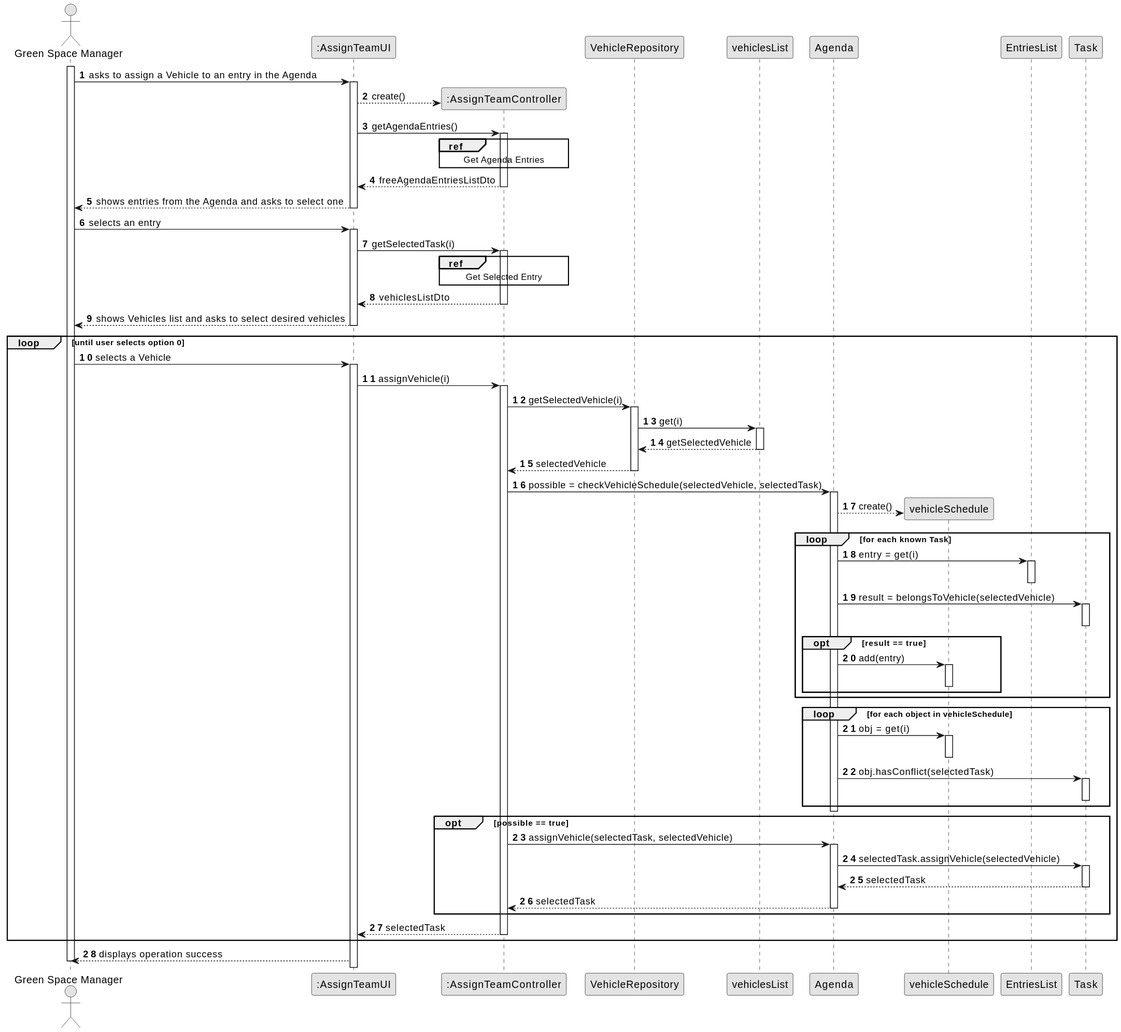
Departamento-de-Engenharia-Informatica/lei-24-s2-1dm-g132 keeps this PlantUML diagram as docs/sprintC/us026/03.design/svg/us026-sequence-diagram-split.svg. Above is the earlier version. The source it was exported from:
```plantuml
@startuml
skinparam monochrome true
skinparam packageStyle rectangle
skinparam shadowing false

autonumber

actor "Green Space Manager" as GSM
participant ":AssignTeamUI" as UI
participant ":AssignTeamController" as CTRL

activate GSM

GSM -> UI : asks to assign a Vehicle to an entry in the Agenda
activate UI

    UI --> CTRL** : create()
    UI -> CTRL : getAgendaEntries()
    activate CTRL
    ref over CTRL
        Get Agenda Entries
    end

    CTRL --> UI : freeAgendaEntriesListDto
    deactivate CTRL
UI --> GSM : shows entries from the Agenda and asks to select one
deactivate UI

GSM -> UI : selects an entry
activate UI

    UI -> CTRL : getSelectedTask(i)
    activate CTRL
    ref over CTRL
        Get Selected Entry
    end

    CTRL --> UI : vehiclesListDto
    deactivate CTRL
UI --> GSM : shows Vehicles list and asks to select desired vehicles
            deactivate UI
  loop until user selects option 0
        GSM -> UI : selects a Vehicle
        activate UI

            UI -> CTRL : assignVehicle(i)
            activate CTRL

                CTRL -> VehicleRepository : getSelectedVehicle(i)
                activate VehicleRepository

                    VehicleRepository -> vehiclesList : get(i)
                    activate vehiclesList

                        vehiclesList --> VehicleRepository : getSelectedVehicle
                    deactivate vehiclesList

                    VehicleRepository --> CTRL : selectedVehicle
                    deactivate VehicleRepository

                    CTRL -> Agenda : possible = checkVehicleSchedule(selectedVehicle, selectedTask)
                    activate Agenda

                        Agenda --> vehicleSchedule** : create()

                        loop for each known Task

                            Agenda -> EntriesList : entry = get(i)
                            activate EntriesList
                            deactivate EntriesList

                            Agenda -> Task : result = belongsToVehicle(selectedVehicle)
                            activate Task
                            deactivate Task

                            opt result == true

                                Agenda -> vehicleSchedule : add(entry)
                                activate vehicleSchedule
                                deactivate vehicleSchedule

                            end opt

                        end loop

                        loop for each object in vehicleSchedule

                            Agenda -> vehicleSchedule : obj = get(i)
                            activate vehicleSchedule
                            deactivate vehicleSchedule

                            Agenda -> Task : obj.hasConflict(selectedTask)
                            activate Task
                            deactivate Task

                        end loop

                    deactivate Agenda

                    opt possible == true

                    CTRL -> Agenda : assignVehicle(selectedTask, selectedVehicle)
                    activate Agenda

                        Agenda -> Task : selectedTask.assignVehicle(selectedVehicle)
                        activate Task

                            Task --> Agenda : selectedTask
                            deactivate Task

                        Agenda --> CTRL : selectedTask
                        deactivate Agenda

                        end opt

                    CTRL --> UI : selectedTask
                    deactivate CTRL
end opt
                UI --> GSM : displays operation success

        deactivate GSM
@enduml
```
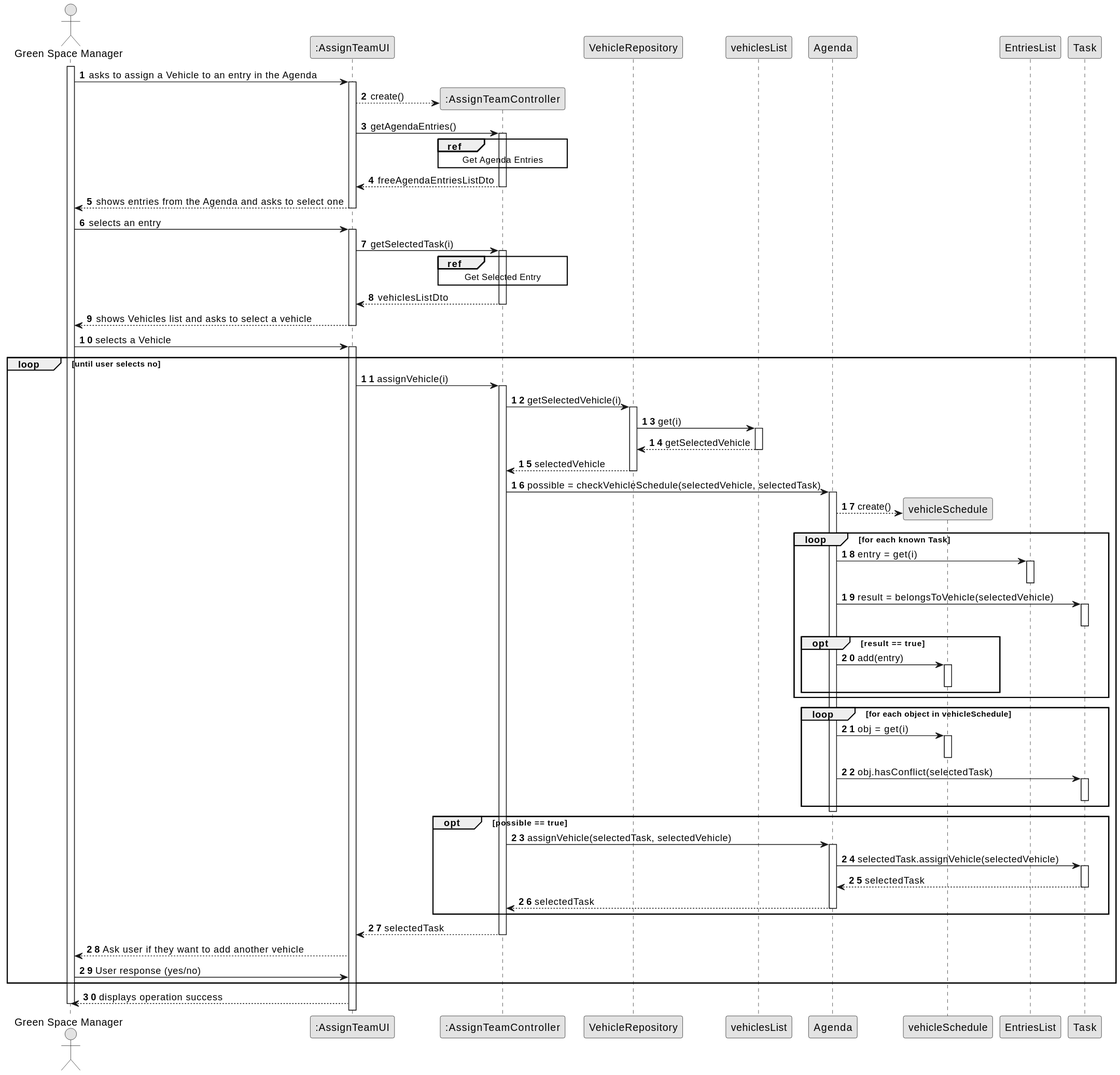
Later version of the same file.

The edit, as a diff of the source:
```diff
@@ -37,86 +37,92 @@
 
     CTRL --> UI : vehiclesListDto
     deactivate CTRL
-UI --> GSM : shows Vehicles list and asks to select desired vehicles
-            deactivate UI
-  loop until user selects option 0
-        GSM -> UI : selects a Vehicle
-        activate UI
+  UI --> GSM : shows Vehicles list and asks to select a vehicle
+           deactivate UI
+           GSM -> UI : selects a Vehicle
+           activate UI
 
-            UI -> CTRL : assignVehicle(i)
-            activate CTRL
+           loop until user selects no
 
-                CTRL -> VehicleRepository : getSelectedVehicle(i)
-                activate VehicleRepository
+               UI -> CTRL : assignVehicle(i)
+               activate CTRL
 
-                    VehicleRepository -> vehiclesList : get(i)
-                    activate vehiclesList
+                   CTRL -> VehicleRepository : getSelectedVehicle(i)
+                   activate VehicleRepository
 
-                        vehiclesList --> VehicleRepository : getSelectedVehicle
-                    deactivate vehiclesList
+                       VehicleRepository -> vehiclesList : get(i)
+                       activate vehiclesList
 
-                    VehicleRepository --> CTRL : selectedVehicle
-                    deactivate VehicleRepository
+                           vehiclesList --> VehicleRepository : getSelectedVehicle
+                       deactivate vehiclesList
 
-                    CTRL -> Agenda : possible = checkVehicleSchedule(selectedVehicle, selectedTask)
-                    activate Agenda
+                       VehicleRepository --> CTRL : selectedVehicle
+                       deactivate VehicleRepository
 
-                        Agenda --> vehicleSchedule** : create()
+                       CTRL -> Agenda : possible = checkVehicleSchedule(selectedVehicle, selectedTask)
+                       activate Agenda
 
-                        loop for each known Task
+                           Agenda --> vehicleSchedule** : create()
 
-                            Agenda -> EntriesList : entry = get(i)
-                            activate EntriesList
-                            deactivate EntriesList
+                           loop for each known Task
 
-                            Agenda -> Task : result = belongsToVehicle(selectedVehicle)
-                            activate Task
-                            deactivate Task
+                               Agenda -> EntriesList : entry = get(i)
+                               activate EntriesList
+                               deactivate EntriesList
 
-                            opt result == true
+                               Agenda -> Task : result = belongsToVehicle(selectedVehicle)
+                               activate Task
+                               deactivate Task
 
-                                Agenda -> vehicleSchedule : add(entry)
-                                activate vehicleSchedule
-                                deactivate vehicleSchedule
+                               opt result == true
 
-                            end opt
+                                   Agenda -> vehicleSchedule : add(entry)
+                                   activate vehicleSchedule
+                                   deactivate vehicleSchedule
 
-                        end loop
+                               end opt
 
-                        loop for each object in vehicleSchedule
+                           end loop
 
-                            Agenda -> vehicleSchedule : obj = get(i)
-                            activate vehicleSchedule
-                            deactivate vehicleSchedule
+                           loop for each object in vehicleSchedule
 
-                            Agenda -> Task : obj.hasConflict(selectedTask)
-                            activate Task
-                            deactivate Task
+                               Agenda -> vehicleSchedule : obj = get(i)
+                               activate vehicleSchedule
+                               deactivate vehicleSchedule
 
-                        end loop
+                               Agenda -> Task : obj.hasConflict(selectedTask)
+                               activate Task
+                               deactivate Task
 
-                    deactivate Agenda
+                           end loop
 
-                    opt possible == true
+                       deactivate Agenda
 
-                    CTRL -> Agenda : assignVehicle(selectedTask, selectedVehicle)
-                    activate Agenda
+                       opt possible == true
 
-                        Agenda -> Task : selectedTask.assignVehicle(selectedVehicle)
-                        activate Task
+                       CTRL -> Agenda : assignVehicle(selectedTask, selectedVehicle)
+                       activate Agenda
 
-                            Task --> Agenda : selectedTask
-                            deactivate Task
+                           Agenda -> Task : selectedTask.assignVehicle(selectedVehicle)
+                           activate Task
 
-                        Agenda --> CTRL : selectedTask
-                        deactivate Agenda
+                               Task --> Agenda : selectedTask
+                               deactivate Task
 
-                        end opt
+                           Agenda --> CTRL : selectedTask
+                           deactivate Agenda
 
-                    CTRL --> UI : selectedTask
-                    deactivate CTRL
-end opt
-                UI --> GSM : displays operation success
+                       end opt
 
-        deactivate GSM
+                   CTRL --> UI : selectedTask
+                   deactivate CTRL
+
+
+                   UI --> GSM : Ask user if they want to add another vehicle
+                   GSM -> UI : User response (yes/no)
+
+           end loop
+                              UI --> GSM : displays operation success
+
+           deactivate GSM
 @enduml
```
